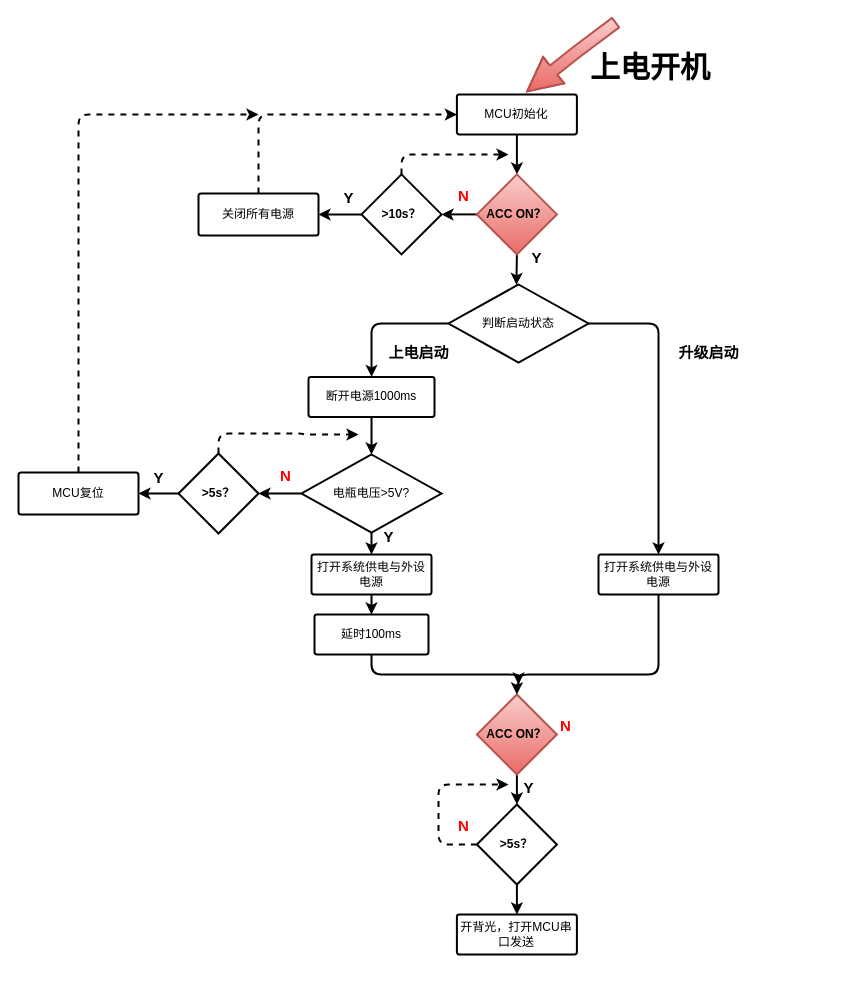
yintianlan/Picture_Draw keeps this draw.io diagram as page "第 1 页" (1 of 2) of X1_PowerManage.drawio. Above is the earlier version. Source tidied: cells renumbered, new cells numbered last; positions are measured from the earlier drawing's top-left corner, leaving out a move shared by most shapes. Both pictures are drawn from the tidied source at 100%, with x=0, y=0 at pixel (18, 22).
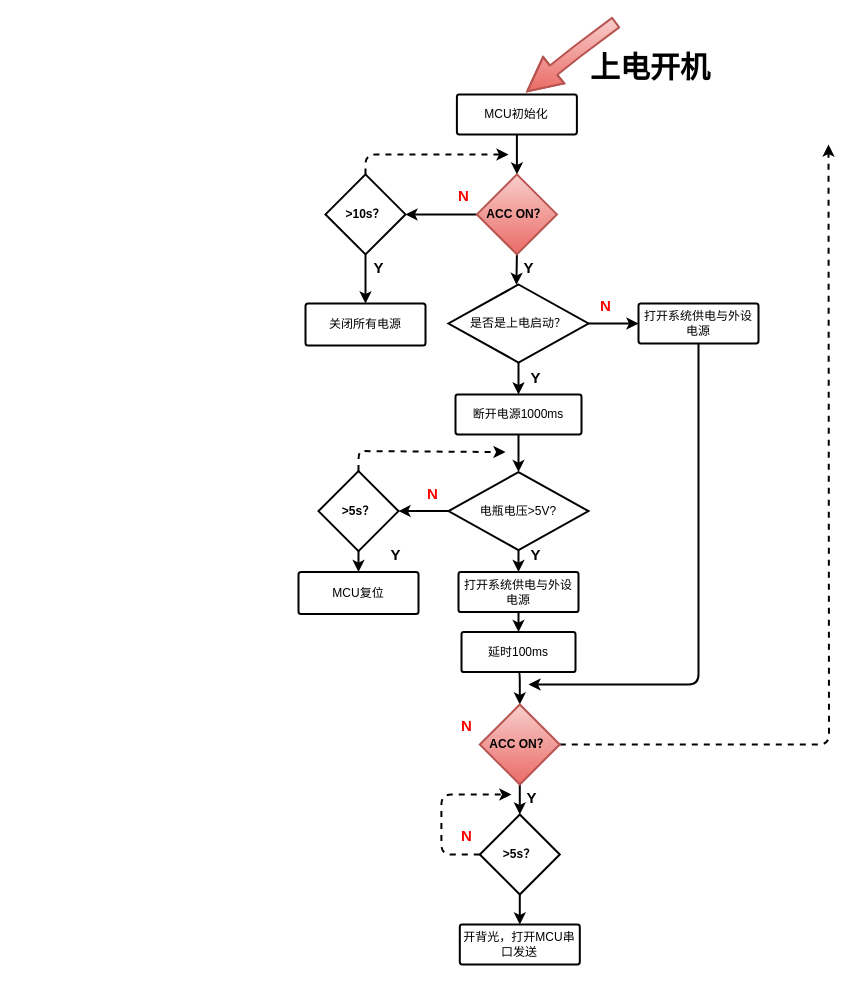
The same page after the edit.

The change refers to these unchanged cells:
```xml
<mxCell id="4" value="MCU初始化" style="strokeWidth=2;html=1;shape=mxgraph.flowchart.process;whiteSpace=wrap;fontFamily=Helvetica;align=center;" parent="1" vertex="1">
  <mxGeometry x="438.4" y="72" width="120" height="40" as="geometry" />
</mxCell>
```

Diff of the diagram source:
```diff
@@
     <mxCell id="9" value="Y" style="text;html=1;align=center;verticalAlign=middle;spacingTop=-4;fontFamily=Helvetica;labelPosition=center;verticalLabelPosition=middle;strokeWidth=2;fontSize=15;fontStyle=1;" parent="1" vertex="1">
-      <mxGeometry x="507.9" y="231.9" width="20" height="10" as="geometry" />
+      <mxGeometry x="500" y="242" width="20" height="10" as="geometry" />
     </mxCell>
+    <mxCell id="50" value="Y" style="text;html=1;align=center;verticalAlign=middle;spacingTop=-4;fontFamily=Helvetica;labelPosition=center;verticalLabelPosition=middle;strokeWidth=2;fontSize=15;fontStyle=1;" parent="1" vertex="1">
+      <mxGeometry x="507" y="352" width="20" height="10" as="geometry" />
+    </mxCell>
@@
-    <mxCell id="11" style="edgeStyle=orthogonalEdgeStyle;rounded=1;jettySize=auto;html=1;exitX=0.5;exitY=0;exitDx=0;exitDy=0;exitPerimeter=0;entryX=0;entryY=0.5;entryDx=0;entryDy=0;entryPerimeter=0;strokeWidth=2;dashed=1;" parent="1" edge="1" source="12" target="4">
-      <mxGeometry relative="1" as="geometry" />
-    </mxCell>
     <mxCell id="12" value="关闭所有电源" style="strokeWidth=2;html=1;shape=mxgraph.flowchart.process;whiteSpace=wrap;fillColor=none;fontFamily=Helvetica;align=center;strokeColor=#000000;" parent="1" vertex="1">
-      <mxGeometry x="180" y="170.9" width="120" height="42" as="geometry" />
+      <mxGeometry x="287" y="281" width="120" height="42" as="geometry" />
     </mxCell>
+    <mxCell id="14" style="edgeStyle=orthogonalEdgeStyle;rounded=1;jettySize=auto;html=1;exitX=0.5;exitY=0;exitDx=0;exitDy=0;strokeWidth=2;dashed=1;" parent="1" edge="1" source="15">
+      <mxGeometry relative="1" as="geometry">
+        <mxPoint x="490" y="132" as="targetPoint" />
+        <Array as="points">
+          <mxPoint x="347" y="132" />
+        </Array>
+      </mxGeometry>
+    </mxCell>
-    <mxCell id="13" style="edgeStyle=orthogonalEdgeStyle;rounded=1;jettySize=auto;html=1;exitX=0;exitY=0.5;exitDx=0;exitDy=0;entryX=1;entryY=0.5;entryDx=0;entryDy=0;entryPerimeter=0;strokeWidth=2;" parent="1" edge="1" source="15" target="12">
+    <mxCell id="13" style="edgeStyle=orthogonalEdgeStyle;rounded=1;jettySize=auto;html=1;exitX=0.5;exitY=1;exitDx=0;exitDy=0;entryX=0.5;entryY=0;entryDx=0;entryDy=0;entryPerimeter=0;strokeWidth=2;" parent="1" edge="1" source="15" target="12">
       <mxGeometry relative="1" as="geometry" />
     </mxCell>
-    <mxCell id="14" style="edgeStyle=orthogonalEdgeStyle;rounded=1;jettySize=auto;html=1;exitX=0.5;exitY=0;exitDx=0;exitDy=0;strokeWidth=2;dashed=1;" parent="1" edge="1" source="15">
-      <mxGeometry relative="1" as="geometry">
-        <mxPoint x="490" y="132" as="targetPoint" />
-        <Array as="points">
-          <mxPoint x="383" y="132" />
-        </Array>
-      </mxGeometry>
-    </mxCell>
     <mxCell id="15" value="&lt;b&gt;&amp;gt;10s？&lt;/b&gt;" style="rhombus;whiteSpace=wrap;html=1;strokeWidth=2;fontFamily=Helvetica;align=center;" parent="1" vertex="1">
-      <mxGeometry x="343" y="151.9" width="80" height="80" as="geometry" />
+      <mxGeometry x="307" y="151.9" width="80" height="80" as="geometry" />
     </mxCell>
-    <mxCell id="16" style="edgeStyle=orthogonalEdgeStyle;rounded=1;jettySize=auto;html=1;exitX=1;exitY=0.5;exitDx=0;exitDy=0;exitPerimeter=0;entryX=0.5;entryY=0;entryDx=0;entryDy=0;entryPerimeter=0;strokeWidth=2;" parent="1" edge="1" source="17" target="40">
-      <mxGeometry relative="1" as="geometry">
-        <Array as="points">
-          <mxPoint x="640" y="301" />
-        </Array>
-      </mxGeometry>
+    <mxCell id="16" style="edgeStyle=orthogonalEdgeStyle;rounded=1;jettySize=auto;html=1;exitX=1;exitY=0.5;exitDx=0;exitDy=0;exitPerimeter=0;strokeWidth=2;entryX=0;entryY=0.5;entryDx=0;entryDy=0;entryPerimeter=0;" parent="1" edge="1" source="17" target="40">
+      <mxGeometry relative="1" as="geometry" />
     </mxCell>
+    <mxCell id="18" style="edgeStyle=orthogonalEdgeStyle;rounded=1;jettySize=auto;html=1;exitX=0.5;exitY=1;exitDx=0;exitDy=0;exitPerimeter=0;entryX=0.5;entryY=0;entryDx=0;entryDy=0;entryPerimeter=0;strokeWidth=2;" parent="1" edge="1" source="17" target="24">
+      <mxGeometry relative="1" as="geometry" />
+    </mxCell>
-    <mxCell id="17" value="判断启动状态" style="strokeWidth=2;html=1;shape=mxgraph.flowchart.decision;whiteSpace=wrap;fillColor=#ffffff;fontFamily=Helvetica;align=center;strokeColor=#000000;" parent="1" vertex="1">
+    <mxCell id="17" value="是否是上电启动？" style="strokeWidth=2;html=1;shape=mxgraph.flowchart.decision;whiteSpace=wrap;fillColor=#ffffff;fontFamily=Helvetica;align=center;strokeColor=#000000;" parent="1" vertex="1">
       <mxGeometry x="430" y="262" width="140" height="78" as="geometry" />
     </mxCell>
-    <mxCell id="18" style="edgeStyle=orthogonalEdgeStyle;rounded=1;jettySize=auto;html=1;exitX=0;exitY=0.5;exitDx=0;exitDy=0;exitPerimeter=0;entryX=0.5;entryY=0;entryDx=0;entryDy=0;entryPerimeter=0;strokeWidth=2;" parent="1" edge="1" source="17" target="24">
-      <mxGeometry relative="1" as="geometry" />
-    </mxCell>
@@
     <mxCell id="20" value="打开系统供电与外设电源" style="strokeWidth=2;html=1;shape=mxgraph.flowchart.process;whiteSpace=wrap;fontFamily=Helvetica;align=center;" parent="1" vertex="1">
-      <mxGeometry x="293" y="532" width="120" height="40" as="geometry" />
+      <mxGeometry x="440" y="549.6" width="120" height="40" as="geometry" />
     </mxCell>
-    <mxCell id="21" style="edgeStyle=orthogonalEdgeStyle;rounded=1;jettySize=auto;html=1;exitX=0.5;exitY=1;exitDx=0;exitDy=0;exitPerimeter=0;strokeWidth=2;" parent="1" edge="1" source="22">
-      <mxGeometry relative="1" as="geometry">
-        <mxPoint x="500" y="662" as="targetPoint" />
-        <Array as="points">
-          <mxPoint x="353" y="652" />
-          <mxPoint x="500" y="652" />
-        </Array>
-      </mxGeometry>
-    </mxCell>
+    <mxCell id="51" style="edgeStyle=orthogonalEdgeStyle;rounded=1;jettySize=auto;html=1;exitX=0.5;exitY=1;exitDx=0;exitDy=0;exitPerimeter=0;entryX=0.5;entryY=0;entryDx=0;entryDy=0;strokeWidth=2;" parent="1" edge="1" source="22" target="38">
+      <mxGeometry relative="1" as="geometry" />
+    </mxCell>
     <mxCell id="22" value="延时100ms" style="strokeWidth=2;html=1;shape=mxgraph.flowchart.process;whiteSpace=wrap;fontFamily=Helvetica;align=center;" parent="1" vertex="1">
-      <mxGeometry x="296" y="592" width="114" height="40" as="geometry" />
+      <mxGeometry x="443" y="609.6" width="114" height="40" as="geometry" />
     </mxCell>
@@
     <mxCell id="24" value="断开电源1000ms" style="strokeWidth=2;html=1;shape=mxgraph.flowchart.process;whiteSpace=wrap;fontFamily=Helvetica;align=center;" parent="1" vertex="1">
-      <mxGeometry x="290" y="354.4" width="126" height="40" as="geometry" />
+      <mxGeometry x="437" y="372" width="126" height="40" as="geometry" />
     </mxCell>
-    <mxCell id="25" value="&lt;b&gt;&lt;font style=&quot;font-size: 15px&quot;&gt;上电启动&lt;/font&gt;&lt;/b&gt;" style="text;html=1;align=center;verticalAlign=middle;" parent="1" vertex="1">
-      <mxGeometry x="360" y="320" width="80" height="20" as="geometry" />
-    </mxCell>
-    <mxCell id="26" value="&lt;b&gt;&lt;font style=&quot;font-size: 15px&quot;&gt;升级启动&lt;/font&gt;&lt;/b&gt;" style="text;html=1;align=center;verticalAlign=middle;" parent="1" vertex="1">
-      <mxGeometry x="650" y="320" width="80" height="20" as="geometry" />
-    </mxCell>
@@
     <mxCell id="29" value="电瓶电压&amp;gt;5V?" style="strokeWidth=2;html=1;shape=mxgraph.flowchart.decision;whiteSpace=wrap;fillColor=#ffffff;fontFamily=Helvetica;align=center;strokeColor=#000000;" parent="1" vertex="1">
-      <mxGeometry x="283" y="432" width="140" height="78" as="geometry" />
+      <mxGeometry x="430" y="449.6" width="140" height="78" as="geometry" />
     </mxCell>
     <mxCell id="30" style="edgeStyle=orthogonalEdgeStyle;rounded=1;jettySize=auto;html=1;exitX=0.5;exitY=0;exitDx=0;exitDy=0;strokeWidth=2;dashed=1;" parent="1" edge="1" source="32">
       <mxGeometry relative="1" as="geometry">
-        <mxPoint x="340" y="412" as="targetPoint" />
+        <mxPoint x="487" y="429.6" as="targetPoint" />
         <Array as="points">
-          <mxPoint x="200" y="411" />
-          <mxPoint x="285" y="411" />
+          <mxPoint x="347" y="428.6" />
+          <mxPoint x="432" y="428.6" />
         </Array>
       </mxGeometry>
     </mxCell>
-    <mxCell id="31" style="edgeStyle=orthogonalEdgeStyle;rounded=1;jettySize=auto;html=1;exitX=0;exitY=0.5;exitDx=0;exitDy=0;strokeWidth=2;entryX=1;entryY=0.5;entryDx=0;entryDy=0;entryPerimeter=0;" parent="1" edge="1" source="32" target="47">
+    <mxCell id="31" style="edgeStyle=orthogonalEdgeStyle;rounded=1;jettySize=auto;html=1;entryX=0.5;entryY=0;entryDx=0;entryDy=0;entryPerimeter=0;strokeWidth=2;" parent="1" edge="1" source="32" target="47">
       <mxGeometry relative="1" as="geometry" />
     </mxCell>
     <mxCell id="32" value="&lt;b&gt;&amp;gt;5s？&lt;/b&gt;" style="rhombus;whiteSpace=wrap;html=1;strokeWidth=2;fontFamily=Helvetica;align=center;" parent="1" vertex="1">
-      <mxGeometry x="160" y="431" width="80" height="80" as="geometry" />
+      <mxGeometry x="300" y="448.6" width="80" height="80" as="geometry" />
     </mxCell>
     <mxCell id="33" value="&lt;span style=&quot;font-size: 15px&quot;&gt;&lt;font color=&quot;#ff0000&quot;&gt;N&lt;/font&gt;&lt;/span&gt;" style="text;html=1;align=left;verticalAlign=top;spacingTop=-4;fontFamily=Helvetica;strokeWidth=2;fontSize=15;fontStyle=1;fillColor=none;" parent="1" vertex="1">
-      <mxGeometry x="260" y="442" width="30" height="20" as="geometry" />
+      <mxGeometry x="407" y="459.6" width="30" height="20" as="geometry" />
     </mxCell>
     <mxCell id="34" style="edgeStyle=orthogonalEdgeStyle;rounded=1;jettySize=auto;html=1;exitX=0;exitY=0.5;exitDx=0;exitDy=0;strokeWidth=2;dashed=1;" parent="1" edge="1" source="36">
       <mxGeometry relative="1" as="geometry">
-        <mxPoint x="490" y="762" as="targetPoint" />
+        <mxPoint x="492.9" y="772" as="targetPoint" />
         <Array as="points">
-          <mxPoint x="420" y="822" />
-          <mxPoint x="420" y="762" />
+          <mxPoint x="422.9" y="832" />
+          <mxPoint x="422.9" y="772" />
         </Array>
       </mxGeometry>
     </mxCell>
@@
     <mxCell id="36" value="&lt;b&gt;&amp;gt;5s？&lt;/b&gt;" style="rhombus;whiteSpace=wrap;html=1;strokeWidth=2;fontFamily=Helvetica;align=center;" parent="1" vertex="1">
-      <mxGeometry x="458.4" y="782" width="80" height="80" as="geometry" />
+      <mxGeometry x="461.3" y="792" width="80" height="80" as="geometry" />
     </mxCell>
@@
+    <mxCell id="52" style="edgeStyle=orthogonalEdgeStyle;rounded=1;jettySize=auto;html=1;exitX=1;exitY=0.5;exitDx=0;exitDy=0;strokeWidth=2;dashed=1;" parent="1" edge="1" source="38">
+      <mxGeometry relative="1" as="geometry">
+        <mxPoint x="810" y="122" as="targetPoint" />
+      </mxGeometry>
+    </mxCell>
     <mxCell id="38" value="&lt;b&gt;ACC ON？&lt;/b&gt;" style="rhombus;whiteSpace=wrap;html=1;strokeWidth=2;fillColor=#f8cecc;fontFamily=Helvetica;align=center;strokeColor=#b85450;gradientColor=#ea6b66;" parent="1" vertex="1">
-      <mxGeometry x="458.4" y="672" width="80" height="80" as="geometry" />
+      <mxGeometry x="461.3" y="682" width="80" height="80" as="geometry" />
     </mxCell>
-    <mxCell id="39" style="edgeStyle=orthogonalEdgeStyle;rounded=1;jettySize=auto;html=1;exitX=0.5;exitY=1;exitDx=0;exitDy=0;exitPerimeter=0;strokeWidth=2;entryX=0.5;entryY=0;entryDx=0;entryDy=0;" parent="1" edge="1" source="40" target="38">
-      <mxGeometry relative="1" as="geometry">
-        <Array as="points">
-          <mxPoint x="640" y="652" />
-          <mxPoint x="500" y="652" />
-          <mxPoint x="500" y="662" />
-          <mxPoint x="499" y="662" />
-        </Array>
-      </mxGeometry>
-    </mxCell>
+    <mxCell id="53" style="edgeStyle=orthogonalEdgeStyle;rounded=1;jettySize=auto;html=1;exitX=0.5;exitY=1;exitDx=0;exitDy=0;exitPerimeter=0;strokeWidth=2;" parent="1" edge="1" source="40">
+      <mxGeometry relative="1" as="geometry">
+        <mxPoint x="510" y="662" as="targetPoint" />
+        <Array as="points">
+          <mxPoint x="680" y="662" />
+        </Array>
+      </mxGeometry>
+    </mxCell>
     <mxCell id="40" value="打开系统供电与外设电源" style="strokeWidth=2;html=1;shape=mxgraph.flowchart.process;whiteSpace=wrap;fontFamily=Helvetica;align=center;" parent="1" vertex="1">
-      <mxGeometry x="580" y="532" width="120" height="40" as="geometry" />
+      <mxGeometry x="620" y="281" width="120" height="40" as="geometry" />
     </mxCell>
     <mxCell id="41" value="&lt;span style=&quot;font-size: 15px&quot;&gt;&lt;font color=&quot;#ff0000&quot;&gt;N&lt;/font&gt;&lt;/span&gt;" style="text;html=1;align=left;verticalAlign=top;spacingTop=-4;fontFamily=Helvetica;strokeWidth=2;fontSize=15;fontStyle=1;fillColor=none;" parent="1" vertex="1">
-      <mxGeometry x="540" y="692" width="30" height="20" as="geometry" />
+      <mxGeometry x="441.3" y="692" width="30" height="20" as="geometry" />
     </mxCell>
     <mxCell id="42" value="Y" style="text;html=1;align=center;verticalAlign=middle;spacingTop=-4;fontFamily=Helvetica;labelPosition=center;verticalLabelPosition=middle;strokeWidth=2;fontSize=15;fontStyle=1;" parent="1" vertex="1">
-      <mxGeometry x="360" y="511" width="20" height="10" as="geometry" />
+      <mxGeometry x="507" y="528.6" width="20" height="10" as="geometry" />
     </mxCell>
     <mxCell id="43" value="Y" style="text;html=1;align=center;verticalAlign=middle;spacingTop=-4;fontFamily=Helvetica;labelPosition=center;verticalLabelPosition=middle;strokeWidth=2;fontSize=15;fontStyle=1;" parent="1" vertex="1">
-      <mxGeometry x="500" y="762" width="20" height="10" as="geometry" />
+      <mxGeometry x="502.9" y="772" width="20" height="10" as="geometry" />
     </mxCell>
     <mxCell id="44" value="&lt;span style=&quot;font-size: 15px&quot;&gt;&lt;font color=&quot;#ff0000&quot;&gt;N&lt;/font&gt;&lt;/span&gt;" style="text;html=1;align=left;verticalAlign=top;spacingTop=-4;fontFamily=Helvetica;strokeWidth=2;fontSize=15;fontStyle=1;fillColor=none;" parent="1" vertex="1">
-      <mxGeometry x="438.4" y="792" width="30" height="20" as="geometry" />
+      <mxGeometry x="441.3" y="802" width="30" height="20" as="geometry" />
     </mxCell>
     <mxCell id="45" value="开背光，打开MCU串口发送" style="strokeWidth=2;html=1;shape=mxgraph.flowchart.process;whiteSpace=wrap;fontFamily=Helvetica;align=center;" parent="1" vertex="1">
-      <mxGeometry x="438.4" y="892" width="120" height="40" as="geometry" />
+      <mxGeometry x="441.3" y="902" width="120" height="40" as="geometry" />
     </mxCell>
-    <mxCell id="46" style="edgeStyle=orthogonalEdgeStyle;rounded=1;jettySize=auto;html=1;exitX=0.5;exitY=0;exitDx=0;exitDy=0;exitPerimeter=0;strokeWidth=2;dashed=1;" parent="1" edge="1" source="47">
-      <mxGeometry relative="1" as="geometry">
-        <mxPoint x="240" y="92" as="targetPoint" />
-        <Array as="points">
-          <mxPoint x="60" y="92" />
-        </Array>
-      </mxGeometry>
-    </mxCell>
     <mxCell id="47" value="MCU复位" style="strokeWidth=2;html=1;shape=mxgraph.flowchart.process;whiteSpace=wrap;fillColor=none;fontFamily=Helvetica;align=center;strokeColor=#000000;" parent="1" vertex="1">
-      <mxGeometry y="450" width="120" height="42" as="geometry" />
+      <mxGeometry x="280" y="549.6" width="120" height="42" as="geometry" />
     </mxCell>
     <mxCell id="48" value="Y" style="text;html=1;align=center;verticalAlign=middle;spacingTop=-4;fontFamily=Helvetica;labelPosition=center;verticalLabelPosition=middle;strokeWidth=2;fontSize=15;fontStyle=1;" parent="1" vertex="1">
-      <mxGeometry x="320" y="171.9" width="20" height="10" as="geometry" />
+      <mxGeometry x="350" y="242" width="20" height="10" as="geometry" />
     </mxCell>
     <mxCell id="49" value="Y" style="text;html=1;align=center;verticalAlign=middle;spacingTop=-4;fontFamily=Helvetica;labelPosition=center;verticalLabelPosition=middle;strokeWidth=2;fontSize=15;fontStyle=1;" parent="1" vertex="1">
-      <mxGeometry x="130" y="452" width="20" height="10" as="geometry" />
+      <mxGeometry x="367" y="528.6" width="20" height="10" as="geometry" />
     </mxCell>
+    <mxCell id="54" value="&lt;span style=&quot;font-size: 15px&quot;&gt;&lt;font color=&quot;#ff0000&quot;&gt;N&lt;/font&gt;&lt;/span&gt;" style="text;html=1;align=left;verticalAlign=top;spacingTop=-4;fontFamily=Helvetica;strokeWidth=2;fontSize=15;fontStyle=1;fillColor=none;" parent="1" vertex="1">
+      <mxGeometry x="580" y="272" width="30" height="20" as="geometry" />
+    </mxCell>
```
